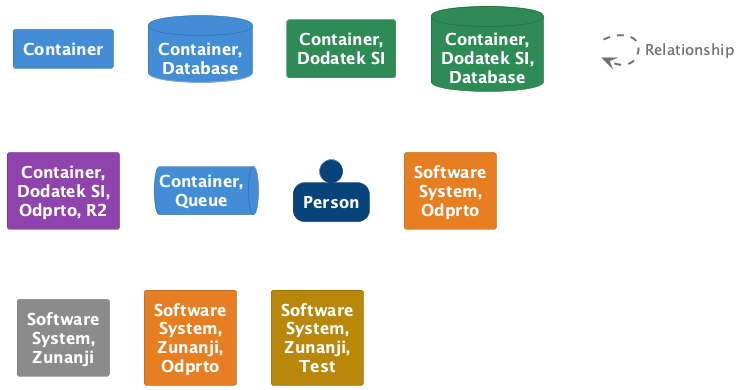
Above: architecture/diagrams/structurizr-C2-Vsebniki-key.png in UM-KGPI/eFTI-Gate-SI (PlantUML), before the change.
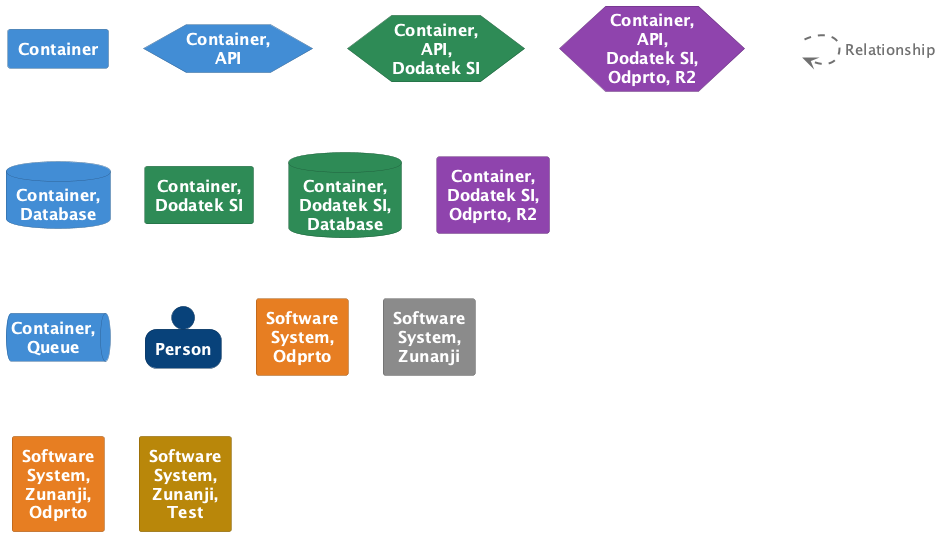
The same file after the commit.

Change to the diagram source:
```diff
@@ -23,78 +23,99 @@
 }
 rectangle "==Container" <<1>>
 
-skinparam database<<2>> {
+skinparam hexagon<<2>> {
   BackgroundColor #438dd5
   FontColor #ffffff
   BorderColor #2e6295
 }
-database "==Container, Database" <<2>>
+hexagon "==Container, API" <<2>>
 
-skinparam rectangle<<3>> {
+skinparam hexagon<<3>> {
   BackgroundColor #2e8b57
   FontColor #ffffff
   BorderColor #20613c
 }
-rectangle "==Container, Dodatek SI" <<3>>
+hexagon "==Container, API, Dodatek SI" <<3>>
 
-skinparam database<<4>> {
+skinparam hexagon<<4>> {
+  BackgroundColor #8e44ad
+  FontColor #ffffff
+  BorderColor #632f79
+}
+hexagon "==Container, API, Dodatek SI, Odprto, R2" <<4>>
+
+skinparam database<<5>> {
+  BackgroundColor #438dd5
+  FontColor #ffffff
+  BorderColor #2e6295
+}
+database "==Container, Database" <<5>>
+
+skinparam rectangle<<6>> {
   BackgroundColor #2e8b57
   FontColor #ffffff
   BorderColor #20613c
 }
-database "==Container, Dodatek SI, Database" <<4>>
+rectangle "==Container, Dodatek SI" <<6>>
 
-skinparam rectangle<<5>> {
+skinparam database<<7>> {
+  BackgroundColor #2e8b57
+  FontColor #ffffff
+  BorderColor #20613c
+}
+database "==Container, Dodatek SI, Database" <<7>>
+
+skinparam rectangle<<8>> {
   BackgroundColor #8e44ad
   FontColor #ffffff
   BorderColor #632f79
 }
-rectangle "==Container, Dodatek SI, Odprto, R2" <<5>>
+rectangle "==Container, Dodatek SI, Odprto, R2" <<8>>
 
-skinparam queue<<6>> {
+skinparam queue<<9>> {
   BackgroundColor #438dd5
   FontColor #ffffff
   BorderColor #2e6295
 }
-queue "==Container, Queue" <<6>>
+queue "==Container, Queue" <<9>>
 
-skinparam person<<7>> {
+skinparam person<<10>> {
   BackgroundColor #08427b
   FontColor #ffffff
   BorderColor #052e56
 }
-person "==Person" <<7>>
+person "==Person" <<10>>
 
-skinparam rectangle<<8>> {
+skinparam rectangle<<11>> {
   BackgroundColor #e67e22
   FontColor #ffffff
   BorderColor #a15817
 }
-rectangle "==Software System, Odprto" <<8>>
+rectangle "==Software System, Odprto" <<11>>
 
-skinparam rectangle<<9>> {
+skinparam rectangle<<12>> {
   BackgroundColor #8a8a8a
   FontColor #ffffff
   BorderColor #606060
 }
-rectangle "==Software System, Zunanji" <<9>>
+rectangle "==Software System, Zunanji" <<12>>
 
-skinparam rectangle<<10>> {
+skinparam rectangle<<13>> {
   BackgroundColor #e67e22
   FontColor #ffffff
   BorderColor #a15817
 }
-rectangle "==Software System, Zunanji, Odprto" <<10>>
+rectangle "==Software System, Zunanji, Odprto" <<13>>
 
-skinparam rectangle<<11>> {
+skinparam rectangle<<14>> {
   BackgroundColor #b8860b
   FontColor #ffffff
   BorderColor #805d07
 }
-rectangle "==Software System, Zunanji, Test" <<11>>
+rectangle "==Software System, Zunanji, Test" <<14>>
 
-rectangle "." <<_transparent>> as 12
-12 .[#707070,thickness=2].> 12 : "<color:#707070>Relationship"
+rectangle "." <<_transparent>> as 15
+15 .[#707070,thickness=2].> 15 : "<color:#707070>Relationship"
 
 
 @enduml
```
